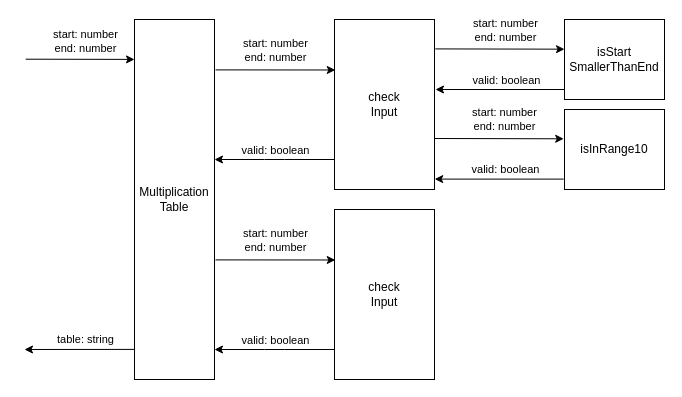
This is thoughtswork/table.drawio from DDDAZ/demo, a draw.io file, before an edit. Source tidied: cells renumbered, new cells numbered last; positions are measured from the earlier drawing's top-left corner, leaving out a move shared by most shapes. Both pictures are drawn from the tidied source at 100%, with x=0, y=0 at pixel (24, 19).
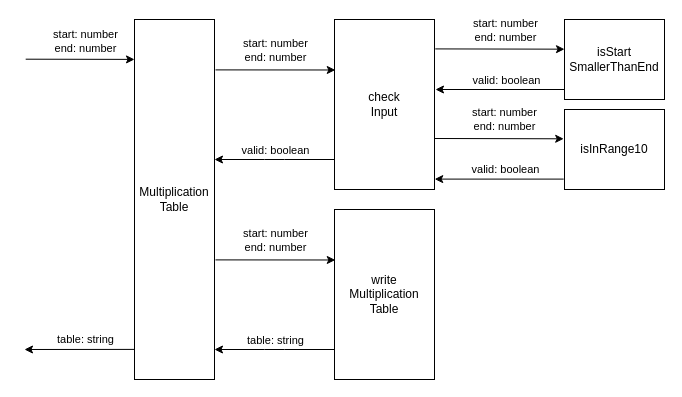
The same page after the edit.

Unchanged cells that the change refers to:
```xml
<mxCell id="23" style="endArrow=classic;html=1;exitX=0;exitY=0.556;exitDx=0;exitDy=0;exitPerimeter=0;" parent="1" edge="1">
  <mxGeometry relative="1" as="geometry">
    <mxPoint x="310" y="330" as="sourcePoint" />
    <mxPoint x="190" y="330" as="targetPoint" />
    <Array as="points">
      <mxPoint x="250" y="330" />
    </Array>
  </mxGeometry>
</mxCell>
```

The edit, as a diff of the source:
```diff
@@
-    <mxCell id="22" value="check&lt;br&gt;Input" style="rounded=0;whiteSpace=wrap;html=1;" parent="1" vertex="1">
+    <mxCell id="22" value="write&lt;br&gt;Multiplication&lt;br&gt;Table" style="rounded=0;whiteSpace=wrap;html=1;" parent="1" vertex="1">
       <mxGeometry x="310" y="190" width="100" height="170" as="geometry" />
     </mxCell>
@@
-    <mxCell id="24" value="valid: boolean" style="edgeLabel;html=1;align=center;verticalAlign=middle;" parent="23" vertex="1">
+    <mxCell id="24" value="table: string" style="edgeLabel;html=1;align=center;verticalAlign=middle;" parent="23" vertex="1">
       <mxGeometry x="-0.25" y="-1" relative="1" as="geometry">
         <mxPoint x="-14.8" y="-9" as="offset" />
       </mxGeometry>
     </mxCell>
```
